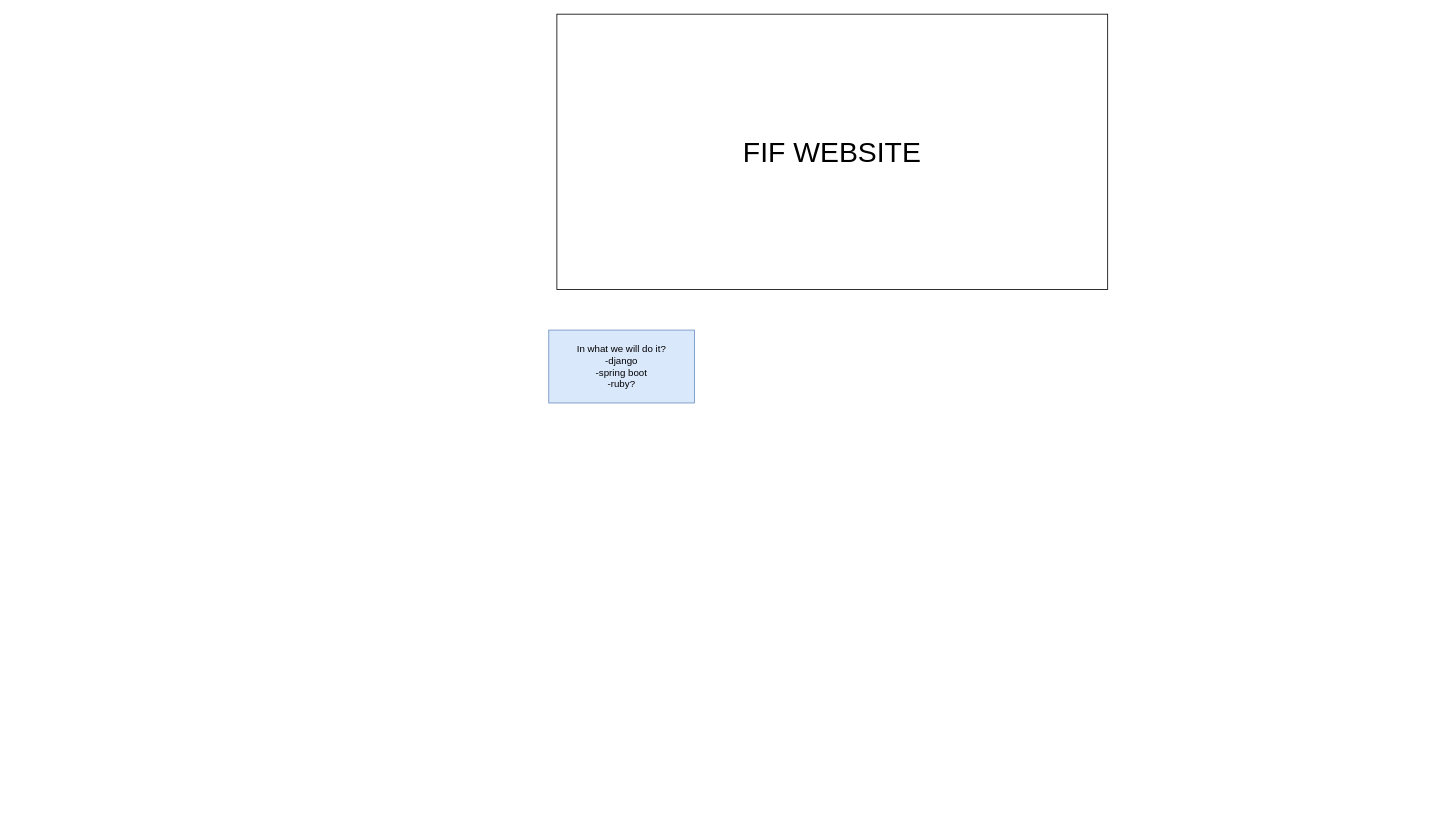
The draw.io diagram diagram.drawio in TadyLucas/Quote, before the edit. Source tidied: cells renumbered, new cells numbered last; positions are measured from the earlier drawing's top-left corner, leaving out a move shared by most shapes. Both pictures are drawn from the tidied source at 81%, with x=0, y=0 at pixel (548, 14).
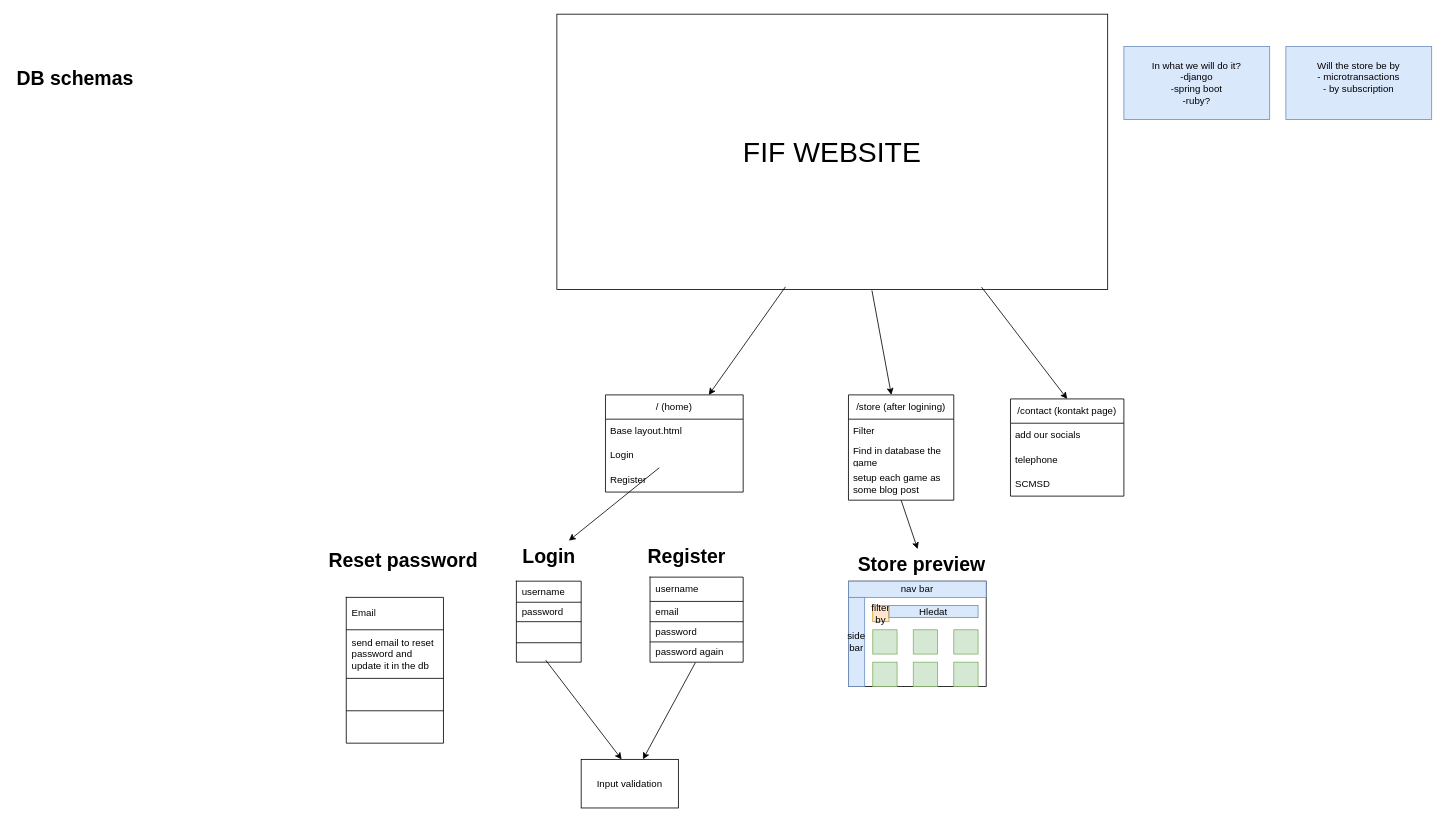
Above is the later version.

The change refers to these unchanged cells:
```xml
<mxCell id="2" value="&lt;font style=&quot;font-size: 35px;&quot;&gt;FIF WEBSITE&lt;/font&gt;" style="rounded=0;whiteSpace=wrap;html=1;" parent="1" vertex="1">
  <mxGeometry x="10" width="680" height="340" as="geometry" />
</mxCell>
```

Diff of the diagram source:
```diff
@@
     <mxCell id="3" value="&lt;div&gt;In what we will do it?&lt;/div&gt;&lt;div&gt;-django&lt;/div&gt;&lt;div&gt;-spring boot&lt;/div&gt;&lt;div&gt;-ruby?&lt;br&gt;&lt;/div&gt;" style="rounded=0;whiteSpace=wrap;html=1;fillColor=#dae8fc;strokeColor=#6c8ebf;" parent="1" vertex="1">
-      <mxGeometry y="390" width="180" height="90" as="geometry" />
+      <mxGeometry x="710" y="40" width="180" height="90" as="geometry" />
     </mxCell>
+    <mxCell id="4" value="&lt;div&gt;Will the store be by&lt;/div&gt;&lt;div align=&quot;center&quot;&gt;- microtransactions&lt;/div&gt;&lt;div align=&quot;center&quot;&gt;- by subscription&lt;br&gt;&lt;/div&gt;&lt;div align=&quot;left&quot;&gt;&lt;br&gt;&lt;/div&gt;" style="rounded=0;whiteSpace=wrap;html=1;fillColor=#dae8fc;strokeColor=#6c8ebf;" parent="1" vertex="1">
+      <mxGeometry x="910" y="40" width="180" height="90" as="geometry" />
+    </mxCell>
+    <mxCell id="5" value="/ (home)" style="swimlane;fontStyle=0;horizontal=1;startSize=30;whiteSpace=wrap;html=1;" parent="1" vertex="1">
+      <mxGeometry x="70" y="470" width="170" height="120" as="geometry" />
+    </mxCell>
+    <mxCell id="6" value="Base layout.html" style="text;strokeColor=none;fillColor=none;align=left;verticalAlign=middle;spacingLeft=4;spacingRight=4;overflow=hidden;whiteSpace=wrap;html=1;" parent="5" vertex="1">
+      <mxGeometry y="30" width="170" height="30" as="geometry" />
+    </mxCell>
+    <mxCell id="7" value="Login" style="text;strokeColor=none;fillColor=none;align=left;verticalAlign=middle;spacingLeft=4;spacingRight=4;overflow=hidden;points=[[0,0.5],[1,0.5]];portConstraint=eastwest;whiteSpace=wrap;html=1;" parent="5" vertex="1">
+      <mxGeometry y="60" width="170" height="30" as="geometry" />
+    </mxCell>
+    <mxCell id="8" value="Register" style="text;strokeColor=none;fillColor=none;align=left;verticalAlign=middle;spacingLeft=4;spacingRight=4;overflow=hidden;whiteSpace=wrap;html=1;" parent="5" vertex="1">
+      <mxGeometry y="90" width="170" height="30" as="geometry" />
+    </mxCell>
+    <mxCell id="9" style="endArrow=classic;html=1;rounded=0;exitX=0.415;exitY=0.99;exitDx=0;exitDy=0;exitPerimeter=0;" parent="1" edge="1" source="2" target="5">
+      <mxGeometry relative="1" as="geometry" />
+    </mxCell>
+    <mxCell id="10" value="/store (after logining)" style="swimlane;fontStyle=0;horizontal=1;startSize=30;whiteSpace=wrap;html=1;rounded=0;" parent="1" vertex="1">
+      <mxGeometry x="370" y="470" width="130" height="130" as="geometry" />
+    </mxCell>
+    <mxCell id="11" value="Filter" style="text;strokeColor=none;fillColor=none;align=left;verticalAlign=middle;spacingLeft=4;spacingRight=4;overflow=hidden;whiteSpace=wrap;html=1;shadow=0;" parent="10" vertex="1">
+      <mxGeometry y="30" width="130" height="30" as="geometry" />
+    </mxCell>
+    <mxCell id="12" value="Find in database the game" style="text;strokeColor=none;fillColor=none;align=left;verticalAlign=middle;spacingLeft=4;spacingRight=4;overflow=hidden;whiteSpace=wrap;html=1;" parent="10" vertex="1">
+      <mxGeometry y="60" width="130" height="30" as="geometry" />
+    </mxCell>
+    <mxCell id="13" value="&lt;div&gt;setup each game as some blog post&lt;/div&gt;" style="text;strokeColor=none;fillColor=none;align=left;verticalAlign=middle;spacingLeft=4;spacingRight=4;overflow=hidden;points=[[0,0.5],[1,0.5]];portConstraint=eastwest;whiteSpace=wrap;html=1;" parent="10" vertex="1">
+      <mxGeometry y="90" width="130" height="40" as="geometry" />
+    </mxCell>
+    <mxCell id="14" style="endArrow=classic;html=1;rounded=0;exitX=0.572;exitY=1.003;exitDx=0;exitDy=0;exitPerimeter=0;" parent="1" edge="1" source="2" target="10">
+      <mxGeometry relative="1" as="geometry" />
+    </mxCell>
+    <mxCell id="15" style="rounded=0;whiteSpace=wrap;html=1;" parent="1" vertex="1">
+      <mxGeometry x="370" y="700" width="170" height="130" as="geometry" />
+    </mxCell>
+    <mxCell id="16" value="nav bar" style="rounded=0;whiteSpace=wrap;html=1;fillColor=#dae8fc;strokeColor=#6c8ebf;" parent="1" vertex="1">
+      <mxGeometry x="370" y="700" width="170" height="20" as="geometry" />
+    </mxCell>
+    <mxCell id="17" value="side bar" style="rounded=0;whiteSpace=wrap;html=1;fillColor=#dae8fc;strokeColor=#6c8ebf;" parent="1" vertex="1">
+      <mxGeometry x="370" y="720" width="20" height="110" as="geometry" />
+    </mxCell>
+    <mxCell id="18" value="filter by" style="rounded=0;whiteSpace=wrap;html=1;fillColor=#ffe6cc;strokeColor=#d79b00;" parent="1" vertex="1">
+      <mxGeometry x="400" y="730" width="20" height="20" as="geometry" />
+    </mxCell>
+    <mxCell id="19" value="Hledat" style="rounded=0;whiteSpace=wrap;html=1;fillColor=#dae8fc;strokeColor=#6c8ebf;" parent="1" vertex="1">
+      <mxGeometry x="420" y="730" width="110" height="15" as="geometry" />
+    </mxCell>
+    <mxCell id="20" style="rounded=0;whiteSpace=wrap;html=1;fillColor=#d5e8d4;strokeColor=#82b366;" parent="1" vertex="1">
+      <mxGeometry x="400" y="800" width="30" height="30" as="geometry" />
+    </mxCell>
+    <mxCell id="21" style="rounded=0;whiteSpace=wrap;html=1;fillColor=#d5e8d4;strokeColor=#82b366;" parent="1" vertex="1">
+      <mxGeometry x="500" y="760" width="30" height="30" as="geometry" />
+    </mxCell>
+    <mxCell id="22" style="rounded=0;whiteSpace=wrap;html=1;fillColor=#d5e8d4;strokeColor=#82b366;" parent="1" vertex="1">
+      <mxGeometry x="450" y="760" width="30" height="30" as="geometry" />
+    </mxCell>
+    <mxCell id="23" style="rounded=0;whiteSpace=wrap;html=1;fillColor=#d5e8d4;strokeColor=#82b366;" parent="1" vertex="1">
+      <mxGeometry x="400" y="760" width="30" height="30" as="geometry" />
+    </mxCell>
+    <mxCell id="24" style="rounded=0;whiteSpace=wrap;html=1;fillColor=#d5e8d4;strokeColor=#82b366;" parent="1" vertex="1">
+      <mxGeometry x="450" y="800" width="30" height="30" as="geometry" />
+    </mxCell>
+    <mxCell id="25" style="rounded=0;whiteSpace=wrap;html=1;fillColor=#d5e8d4;strokeColor=#82b366;" parent="1" vertex="1">
+      <mxGeometry x="500" y="800" width="30" height="30" as="geometry" />
+    </mxCell>
+    <mxCell id="26" value="Store preview" style="text;strokeColor=none;fillColor=none;html=1;fontSize=24;fontStyle=1;verticalAlign=middle;align=center;" parent="1" vertex="1">
+      <mxGeometry x="410" y="660" width="100" height="40" as="geometry" />
+    </mxCell>
+    <mxCell id="27" style="endArrow=classic;html=1;rounded=0;exitX=0.5;exitY=1;exitDx=0;exitDy=0;exitPerimeter=0;entryX=0.454;entryY=0.01;entryDx=0;entryDy=0;entryPerimeter=0;" parent="1" edge="1" source="13" target="26">
+      <mxGeometry relative="1" as="geometry" />
+    </mxCell>
+    <mxCell id="28" style="shape=table;startSize=0;childLayout=tableLayout;fontSize=11;fillColor=none;strokeColor=default;rowLines=1;" parent="1" vertex="1">
+      <mxGeometry x="-40" y="700" width="80" height="100" as="geometry" />
+    </mxCell>
+    <mxCell id="29" style="shape=tableRow;horizontal=0;startSize=0;swimlaneHead=0;swimlaneBody=0;strokeColor=inherit;top=0;left=0;bottom=0;right=0;fillColor=none;fontSize=16;" parent="28" vertex="1">
+      <mxGeometry width="80" height="26" as="geometry" />
+    </mxCell>
+    <mxCell id="30" value="username" style="shape=partialRectangle;html=1;whiteSpace=wrap;strokeColor=inherit;overflow=hidden;fillColor=none;top=0;left=0;bottom=0;right=0;fontSize=12;align=left;spacingLeft=5;" parent="29" vertex="1">
+      <mxGeometry width="80" height="26" as="geometry" />
+    </mxCell>
+    <mxCell id="31" style="shape=tableRow;horizontal=0;startSize=0;swimlaneHead=0;swimlaneBody=0;strokeColor=inherit;top=0;left=0;bottom=0;right=0;fillColor=none;fontSize=16;" parent="28" vertex="1">
+      <mxGeometry y="26" width="80" height="24" as="geometry" />
+    </mxCell>
+    <mxCell id="32" value="password" style="shape=partialRectangle;html=1;whiteSpace=wrap;strokeColor=inherit;overflow=hidden;fillColor=none;top=0;left=0;bottom=0;right=0;fontSize=12;align=left;spacingLeft=5;" parent="31" vertex="1">
+      <mxGeometry width="80" height="24" as="geometry" />
+    </mxCell>
+    <mxCell id="33" style="shape=tableRow;horizontal=0;startSize=0;swimlaneHead=0;swimlaneBody=0;strokeColor=inherit;top=0;left=0;bottom=0;right=0;fillColor=none;fontSize=16;" parent="28" vertex="1">
+      <mxGeometry y="50" width="80" height="26" as="geometry" />
+    </mxCell>
+    <mxCell id="34" style="shape=partialRectangle;html=1;whiteSpace=wrap;strokeColor=inherit;overflow=hidden;fillColor=none;top=0;left=0;bottom=0;right=0;fontSize=12;align=left;spacingLeft=5;" parent="33" vertex="1">
+      <mxGeometry width="80" height="26" as="geometry" />
+    </mxCell>
+    <mxCell id="35" style="shape=tableRow;horizontal=0;startSize=0;swimlaneHead=0;swimlaneBody=0;strokeColor=inherit;top=0;left=0;bottom=0;right=0;fillColor=none;points=[[0,0.5],[1,0.5]];portConstraint=eastwest;fontSize=16;" parent="28" vertex="1">
+      <mxGeometry y="76" width="80" height="24" as="geometry" />
+    </mxCell>
+    <mxCell id="36" style="shape=partialRectangle;html=1;whiteSpace=wrap;strokeColor=inherit;overflow=hidden;fillColor=none;top=0;left=0;bottom=0;right=0;fontSize=12;align=left;spacingLeft=5;" parent="35" vertex="1">
+      <mxGeometry width="80" height="24" as="geometry" />
+    </mxCell>
+    <mxCell id="37" value="Login" style="text;strokeColor=none;fillColor=none;html=1;fontSize=24;fontStyle=1;verticalAlign=middle;align=center;" parent="1" vertex="1">
+      <mxGeometry x="-50" y="650" width="100" height="40" as="geometry" />
+    </mxCell>
+    <mxCell id="38" style="endArrow=classic;html=1;rounded=0;" parent="1" edge="1" source="7" target="37">
+      <mxGeometry relative="1" as="geometry" />
+    </mxCell>
+    <mxCell id="39" value="Register" style="text;strokeColor=none;fillColor=none;html=1;fontSize=24;fontStyle=1;verticalAlign=middle;align=center;" parent="1" vertex="1">
+      <mxGeometry x="120" y="650" width="100" height="40" as="geometry" />
+    </mxCell>
+    <mxCell id="40" style="shape=table;startSize=0;childLayout=tableLayout;fontSize=11;fillColor=none;strokeColor=default;" parent="1" vertex="1">
+      <mxGeometry x="125" y="695" width="115" height="105" as="geometry" />
+    </mxCell>
+    <mxCell id="41" style="shape=tableRow;horizontal=0;startSize=0;swimlaneHead=0;swimlaneBody=0;strokeColor=inherit;top=0;left=0;bottom=0;right=0;fillColor=none;fontSize=16;" parent="40" vertex="1">
+      <mxGeometry width="115" height="30" as="geometry" />
+    </mxCell>
+    <mxCell id="42" value="username" style="shape=partialRectangle;html=1;whiteSpace=wrap;strokeColor=inherit;overflow=hidden;fillColor=none;top=0;left=0;bottom=0;right=0;fontSize=12;align=left;spacingLeft=5;" parent="41" vertex="1">
+      <mxGeometry width="115" height="30" as="geometry" />
+    </mxCell>
+    <mxCell id="43" style="shape=tableRow;horizontal=0;startSize=0;swimlaneHead=0;swimlaneBody=0;strokeColor=inherit;top=0;left=0;bottom=0;right=0;fillColor=none;fontSize=16;" parent="40" vertex="1">
+      <mxGeometry y="30" width="115" height="25" as="geometry" />
+    </mxCell>
+    <mxCell id="44" value="email" style="shape=partialRectangle;html=1;whiteSpace=wrap;strokeColor=inherit;overflow=hidden;fillColor=none;top=0;left=0;bottom=0;right=0;fontSize=12;align=left;spacingLeft=5;" parent="43" vertex="1">
+      <mxGeometry width="115" height="25" as="geometry" />
+    </mxCell>
+    <mxCell id="45" style="shape=tableRow;horizontal=0;startSize=0;swimlaneHead=0;swimlaneBody=0;strokeColor=inherit;top=0;left=0;bottom=0;right=0;fillColor=none;fontSize=16;" parent="40" vertex="1">
+      <mxGeometry y="55" width="115" height="25" as="geometry" />
+    </mxCell>
+    <mxCell id="46" value="password" style="shape=partialRectangle;html=1;whiteSpace=wrap;strokeColor=inherit;overflow=hidden;fillColor=none;top=0;left=0;bottom=0;right=0;fontSize=12;align=left;spacingLeft=5;" parent="45" vertex="1">
+      <mxGeometry width="115" height="25" as="geometry" />
+    </mxCell>
+    <mxCell id="47" style="shape=tableRow;horizontal=0;startSize=0;swimlaneHead=0;swimlaneBody=0;strokeColor=inherit;top=0;left=0;bottom=0;right=0;fillColor=none;points=[[0,0.5],[1,0.5]];portConstraint=eastwest;fontSize=16;" parent="40" vertex="1">
+      <mxGeometry y="80" width="115" height="25" as="geometry" />
+    </mxCell>
+    <mxCell id="48" value="password again" style="shape=partialRectangle;html=1;whiteSpace=wrap;strokeColor=inherit;overflow=hidden;fillColor=none;top=0;left=0;bottom=0;right=0;fontSize=12;align=left;spacingLeft=5;" parent="47" vertex="1">
+      <mxGeometry width="115" height="25" as="geometry" />
+    </mxCell>
+    <mxCell id="49" value="/contact (kontakt page)" style="swimlane;fontStyle=0;horizontal=1;startSize=30;whiteSpace=wrap;html=1;" parent="1" vertex="1">
+      <mxGeometry x="570" y="475" width="140" height="120" as="geometry" />
+    </mxCell>
+    <mxCell id="50" value="add our socials" style="text;strokeColor=none;fillColor=none;align=left;verticalAlign=middle;spacingLeft=4;spacingRight=4;overflow=hidden;whiteSpace=wrap;html=1;" parent="49" vertex="1">
+      <mxGeometry y="30" width="140" height="30" as="geometry" />
+    </mxCell>
+    <mxCell id="51" value="telephone" style="text;strokeColor=none;fillColor=none;align=left;verticalAlign=middle;spacingLeft=4;spacingRight=4;overflow=hidden;whiteSpace=wrap;html=1;" parent="49" vertex="1">
+      <mxGeometry y="60" width="140" height="30" as="geometry" />
+    </mxCell>
+    <mxCell id="52" value="SCMSD " style="text;strokeColor=none;fillColor=none;align=left;verticalAlign=middle;spacingLeft=4;spacingRight=4;overflow=hidden;whiteSpace=wrap;html=1;" parent="49" vertex="1">
+      <mxGeometry y="90" width="140" height="30" as="geometry" />
+    </mxCell>
+    <mxCell id="53" style="endArrow=classic;html=1;rounded=0;exitX=0.771;exitY=0.991;exitDx=0;exitDy=0;exitPerimeter=0;entryX=0.5;entryY=0;entryDx=0;entryDy=0;" parent="1" edge="1" source="2" target="49">
+      <mxGeometry relative="1" as="geometry" />
+    </mxCell>
+    <mxCell id="54" style="endArrow=classic;html=1;rounded=0;exitX=0.452;exitY=0.895;exitDx=0;exitDy=0;exitPerimeter=0;" parent="1" edge="1" source="35">
+      <mxGeometry relative="1" as="geometry">
+        <mxPoint x="90" y="920" as="targetPoint" />
+        <Array as="points">
+          <mxPoint x="90" y="920" />
+        </Array>
+      </mxGeometry>
+    </mxCell>
+    <mxCell id="55" style="endArrow=classic;html=1;rounded=0;exitX=0.487;exitY=1.021;exitDx=0;exitDy=0;exitPerimeter=0;" parent="1" edge="1" source="47" target="56">
+      <mxGeometry relative="1" as="geometry" />
+    </mxCell>
+    <mxCell id="56" value="Input validation" style="rounded=0;whiteSpace=wrap;html=1;" parent="1" vertex="1">
+      <mxGeometry x="40" y="920" width="120" height="60" as="geometry" />
+    </mxCell>
+    <mxCell id="57" value="Reset password" style="text;strokeColor=none;fillColor=none;html=1;fontSize=24;fontStyle=1;verticalAlign=middle;align=center;" parent="1" vertex="1">
+      <mxGeometry x="-230" y="655" width="100" height="40" as="geometry" />
+    </mxCell>
+    <mxCell id="58" style="shape=table;startSize=0;childLayout=tableLayout;fontSize=11;fillColor=none;strokeColor=default;" parent="1" vertex="1">
+      <mxGeometry x="-250" y="720" width="120" height="180" as="geometry" />
+    </mxCell>
+    <mxCell id="59" style="shape=tableRow;horizontal=0;startSize=0;swimlaneHead=0;swimlaneBody=0;strokeColor=inherit;top=0;left=0;bottom=0;right=0;fillColor=none;fontSize=16;" parent="58" vertex="1">
+      <mxGeometry width="120" height="40" as="geometry" />
+    </mxCell>
+    <mxCell id="60" value="Email" style="shape=partialRectangle;html=1;whiteSpace=wrap;strokeColor=inherit;overflow=hidden;fillColor=none;top=0;left=0;bottom=0;right=0;fontSize=12;align=left;spacingLeft=5;" parent="59" vertex="1">
+      <mxGeometry width="120" height="40" as="geometry" />
+    </mxCell>
+    <mxCell id="61" style="shape=tableRow;horizontal=0;startSize=0;swimlaneHead=0;swimlaneBody=0;strokeColor=inherit;top=0;left=0;bottom=0;right=0;fillColor=none;fontSize=16;" parent="58" vertex="1">
+      <mxGeometry y="40" width="120" height="60" as="geometry" />
+    </mxCell>
+    <mxCell id="62" value="send email to reset password and update it in the db" style="shape=partialRectangle;html=1;whiteSpace=wrap;strokeColor=inherit;overflow=hidden;fillColor=none;top=0;left=0;bottom=0;right=0;fontSize=12;align=left;spacingLeft=5;" parent="61" vertex="1">
+      <mxGeometry width="120" height="60" as="geometry" />
+    </mxCell>
+    <mxCell id="63" style="shape=tableRow;horizontal=0;startSize=0;swimlaneHead=0;swimlaneBody=0;strokeColor=inherit;top=0;left=0;bottom=0;right=0;fillColor=none;fontSize=16;" parent="58" vertex="1">
+      <mxGeometry y="100" width="120" height="40" as="geometry" />
+    </mxCell>
+    <mxCell id="64" style="shape=partialRectangle;html=1;whiteSpace=wrap;strokeColor=inherit;overflow=hidden;fillColor=none;top=0;left=0;bottom=0;right=0;fontSize=12;align=left;spacingLeft=5;" parent="63" vertex="1">
+      <mxGeometry width="120" height="40" as="geometry" />
+    </mxCell>
+    <mxCell id="65" style="shape=tableRow;horizontal=0;startSize=0;swimlaneHead=0;swimlaneBody=0;strokeColor=inherit;top=0;left=0;bottom=0;right=0;fillColor=none;fontSize=16;" parent="58" vertex="1">
+      <mxGeometry y="140" width="120" height="40" as="geometry" />
+    </mxCell>
+    <mxCell id="66" style="shape=partialRectangle;html=1;whiteSpace=wrap;strokeColor=inherit;overflow=hidden;fillColor=none;top=0;left=0;bottom=0;right=0;fontSize=12;align=left;spacingLeft=5;" parent="65" vertex="1">
+      <mxGeometry width="120" height="40" as="geometry" />
+    </mxCell>
+    <mxCell id="67" value="DB schemas" style="text;strokeColor=none;fillColor=none;html=1;fontSize=24;fontStyle=1;verticalAlign=middle;align=center;" parent="1" vertex="1">
+      <mxGeometry x="-660" y="50" width="150" height="60" as="geometry" />
+    </mxCell>
```
